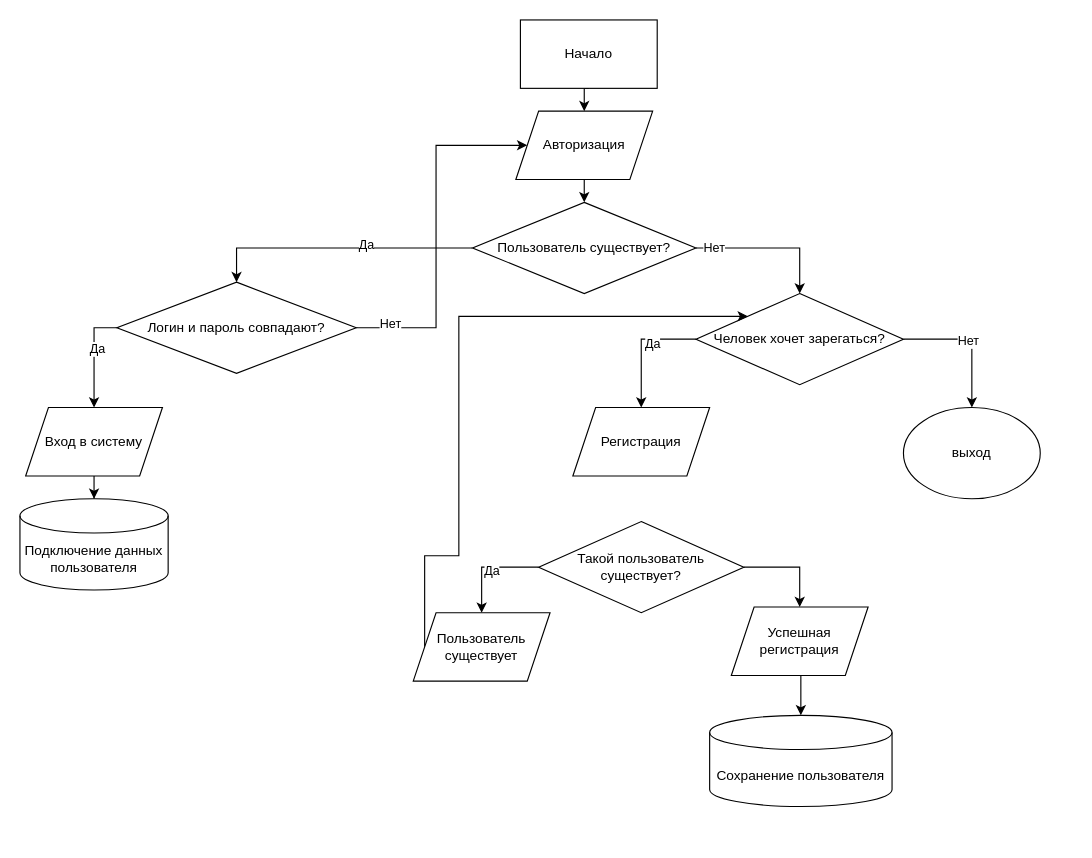
Before: Documents/blockSchema.drawio in Anasikus/FlowersLife, a draw.io diagram. Source tidied: cells renumbered, new cells numbered last; positions are measured from the earlier drawing's top-left corner, leaving out a move shared by most shapes. Both pictures are drawn from the tidied source at 114%, with x=0, y=0 at pixel (19, 19).
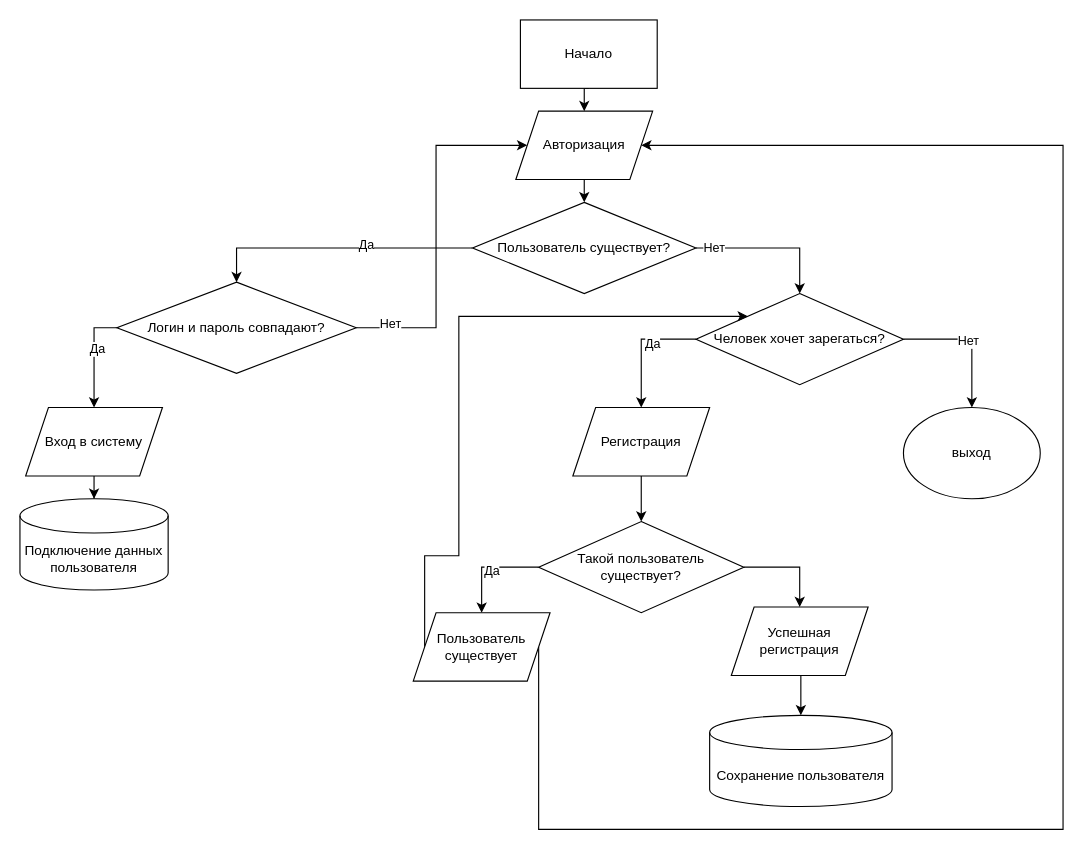
After the change.

Unchanged cells that the change refers to:
```xml
<mxCell id="5" value="Авторизация" style="shape=parallelogram;perimeter=parallelogramPerimeter;whiteSpace=wrap;html=1;fixedSize=1;" parent="1" vertex="1">
  <mxGeometry x="435" y="80" width="120" height="60" as="geometry" />
</mxCell>
<mxCell id="23" value="Регистрация" style="shape=parallelogram;perimeter=parallelogramPerimeter;whiteSpace=wrap;html=1;fixedSize=1;" parent="1" vertex="1">
  <mxGeometry x="485" y="340" width="120" height="60" as="geometry" />
</mxCell>
<mxCell id="28" value="Такой пользователь существует?" style="rhombus;whiteSpace=wrap;html=1;" parent="1" vertex="1">
  <mxGeometry x="455" y="440" width="180" height="80" as="geometry" />
</mxCell>
<mxCell id="31" value="Пользователь существует" style="shape=parallelogram;perimeter=parallelogramPerimeter;whiteSpace=wrap;html=1;fixedSize=1;" parent="1" vertex="1">
  <mxGeometry x="345" y="520" width="120" height="60" as="geometry" />
</mxCell>
```

The edit, as a diff of the source:
```diff
@@
+    <mxCell id="35" style="edgeStyle=orthogonalEdgeStyle;rounded=0;jettySize=auto;html=1;exitX=0.5;exitY=1;exitDx=0;exitDy=0;entryX=0.5;entryY=0;entryDx=0;entryDy=0;" parent="1" edge="1" source="23" target="28">
+      <mxGeometry relative="1" as="geometry" />
+    </mxCell>
@@
+    <mxCell id="36" style="edgeStyle=orthogonalEdgeStyle;rounded=0;jettySize=auto;html=1;exitX=1;exitY=0.5;exitDx=0;exitDy=0;entryX=1;entryY=0.5;entryDx=0;entryDy=0;" parent="1" edge="1" source="31" target="5">
+      <mxGeometry relative="1" as="geometry">
+        <Array as="points">
+          <mxPoint x="455" y="710" />
+          <mxPoint x="915" y="710" />
+          <mxPoint x="915" y="110" />
+        </Array>
+      </mxGeometry>
+    </mxCell>
```
